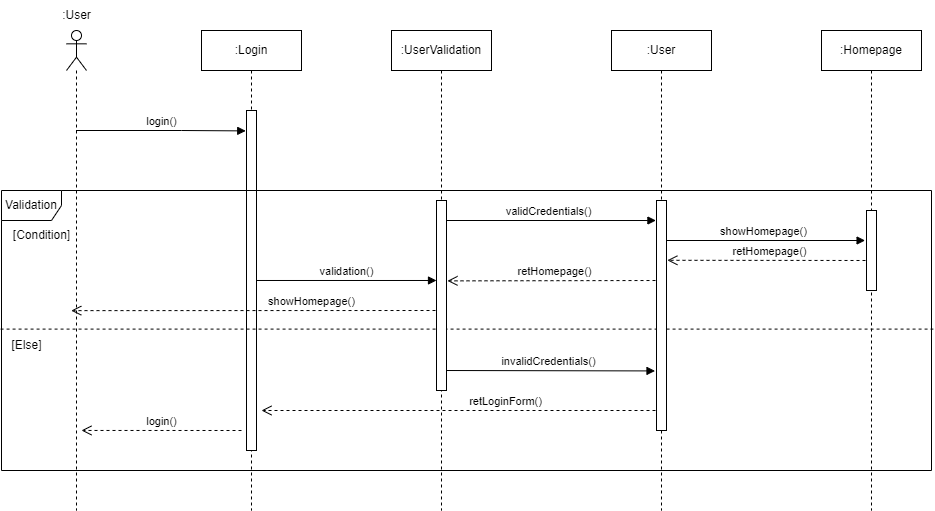
The draw.io diagram Sequence Diagram/Sequence Diagram User Login.png in kjahaj/Inventory-system-Door-7-guys., before a commit. Source tidied: cells renumbered, new cells last; positions are measured from the earlier drawing's top-left corner, leaving out a move shared by most shapes.
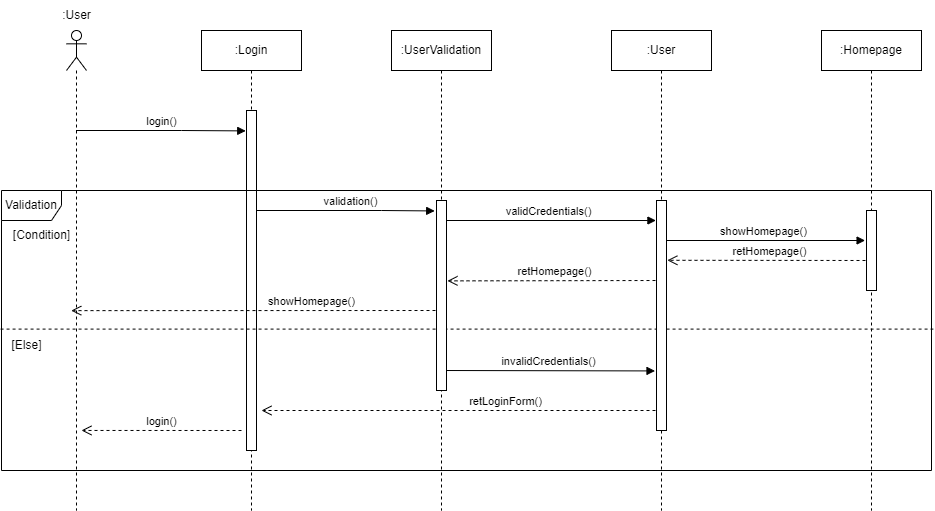
Later version of the same file.

What changed in the source:
```diff
@@ -83,8 +83,12 @@
         <mxPoint x="240" y="430" as="sourcePoint" />
       </mxGeometry>
     </mxCell>
-    <mxCell id="22" value="validation()" style="html=1;verticalAlign=bottom;endArrow=block;rounded=0;entryX=0;entryY=0.421;entryDx=0;entryDy=0;entryPerimeter=0;" parent="1" edge="1" source="5" target="23">
-      <mxGeometry relative="1" as="geometry" />
+    <mxCell id="22" value="validation()" style="html=1;verticalAlign=bottom;endArrow=block;rounded=0;entryX=-0.18;entryY=0.055;entryDx=0;entryDy=0;entryPerimeter=0;" parent="1" edge="1" source="5" target="23">
+      <mxGeometry x="0.06" relative="1" as="geometry">
+        <Array as="points">
+          <mxPoint x="380" y="210" />
+        </Array>
+      </mxGeometry>
     </mxCell>
     <mxCell id="23" style="html=1;points=[];perimeter=orthogonalPerimeter;" parent="1" vertex="1">
       <mxGeometry x="435" y="200" width="10" height="190" as="geometry" />
```
